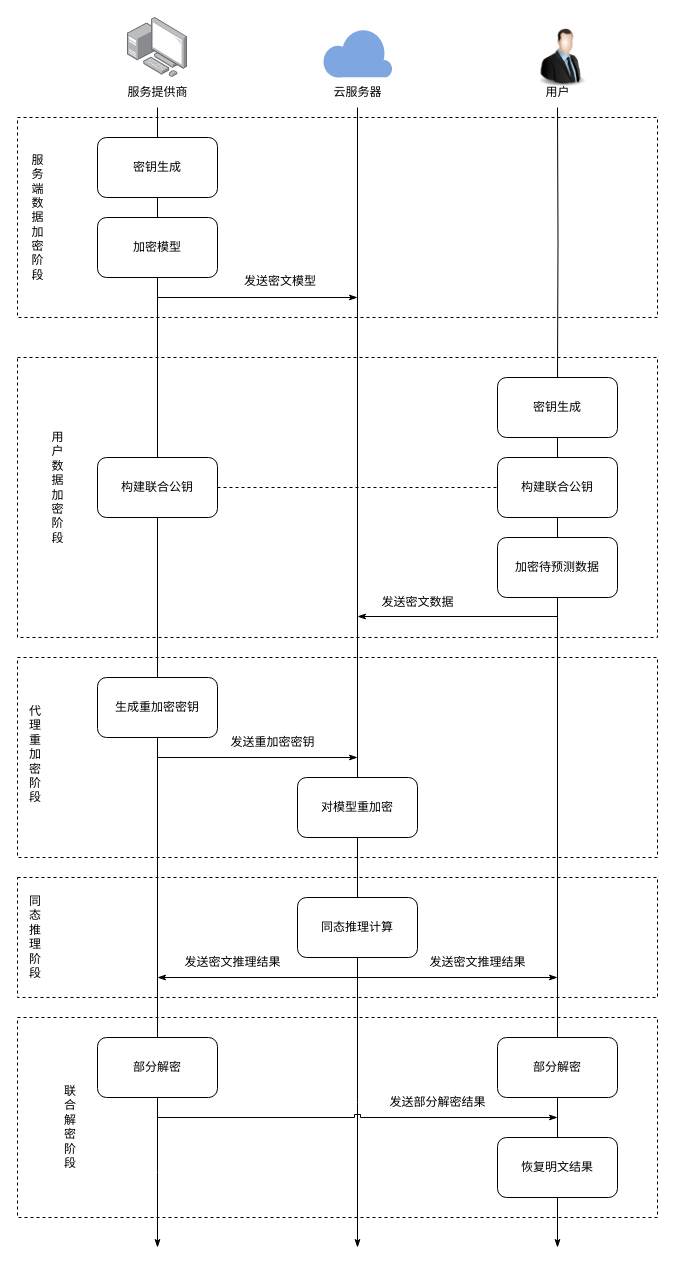
mokatto/drawio keeps this draw.io diagram as figures/方案流程图.drawio. Above is the earlier version. Source tidied: cells renumbered, new cells numbered last; positions are measured from the earlier drawing's top-left corner, leaving out a move shared by most shapes. Both pictures are drawn from the tidied source at 100%, with x=0, y=0 at pixel (17, 17).
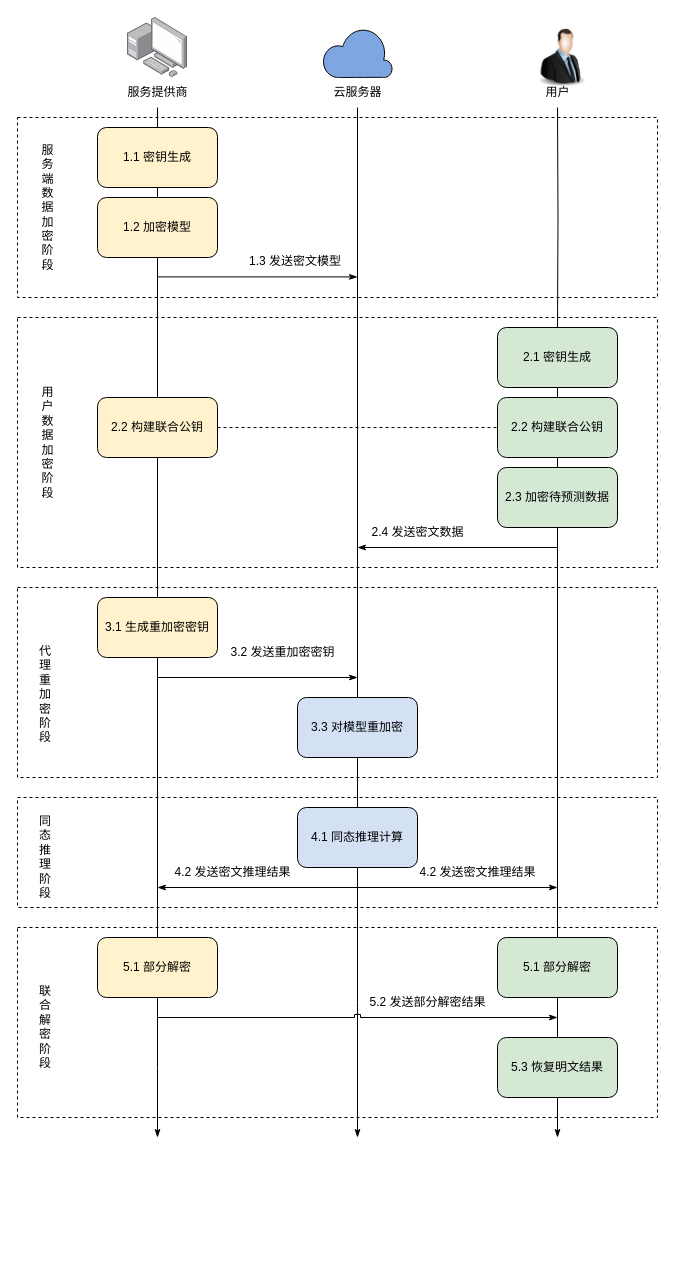
The same diagram, later.

Commit message (it also covers changes not shown here):
更新方案流程图.drawio

The change refers to these unchanged cells:
```xml
<mxCell id="11" value="服务提供商" style="text;html=1;align=center;verticalAlign=middle;points=[];strokeColor=none;fillColor=none;" parent="1" vertex="1">
  <mxGeometry x="100" y="60" width="80" height="30" as="geometry" />
</mxCell>
```

Diff of the diagram source:
```diff
@@
     <mxCell id="2" style="rounded=0;whiteSpace=wrap;html=1;dashed=1;fillColor=none;" parent="1" vertex="1">
-      <mxGeometry y="340" width="640" height="280" as="geometry" />
+      <mxGeometry y="300" width="640" height="250" as="geometry" />
     </mxCell>
     <mxCell id="3" style="rounded=0;whiteSpace=wrap;html=1;dashed=1;fillColor=none;" parent="1" vertex="1">
-      <mxGeometry y="100" width="640" height="200" as="geometry" />
+      <mxGeometry y="100" width="640" height="180" as="geometry" />
     </mxCell>
     <mxCell id="4" style="rounded=0;whiteSpace=wrap;html=1;dashed=1;fillColor=none;" parent="1" vertex="1">
-      <mxGeometry y="1000" width="640" height="200" as="geometry" />
+      <mxGeometry y="910" width="640" height="190" as="geometry" />
     </mxCell>
     <mxCell id="5" style="rounded=0;whiteSpace=wrap;html=1;dashed=1;fillColor=none;" parent="1" vertex="1">
-      <mxGeometry y="860" width="640" height="120" as="geometry" />
+      <mxGeometry y="780" width="640" height="110" as="geometry" />
     </mxCell>
     <mxCell id="6" style="rounded=0;whiteSpace=wrap;html=1;dashed=1;fillColor=none;" parent="1" vertex="1">
-      <mxGeometry y="640" width="640" height="200" as="geometry" />
+      <mxGeometry y="570" width="640" height="190" as="geometry" />
     </mxCell>
@@
-    <mxCell id="10" style="edgeStyle=orthogonalEdgeStyle;rounded=0;jettySize=auto;html=1;endArrow=none;endFill=0;" parent="1" edge="1" source="11" target="24">
+    <mxCell id="10" style="rounded=0;jettySize=auto;html=1;endArrow=none;endFill=0;" parent="1" edge="1" source="11" target="24">
       <mxGeometry relative="1" as="geometry" />
     </mxCell>
@@
-    <mxCell id="12" style="verticalLabelPosition=bottom;html=1;verticalAlign=top;align=center;strokeColor=none;fillColor=#7EA6E0;shape=mxgraph.azure.cloud;" parent="1" vertex="1">
+    <mxCell id="12" style="verticalLabelPosition=bottom;html=1;verticalAlign=top;align=center;shape=mxgraph.azure.cloud;fillColor=#7EA6E0;" parent="1" vertex="1">
       <mxGeometry x="305" y="10" width="70" height="50" as="geometry" />
     </mxCell>
-    <mxCell id="13" value="发送密文数据" style="text;html=1;align=center;verticalAlign=middle;strokeColor=none;fillColor=none;" parent="1" vertex="1">
-      <mxGeometry x="350" y="570" width="100" height="30" as="geometry" />
+    <mxCell id="13" value="2.4 发送密文数据" style="text;html=1;align=center;verticalAlign=middle;strokeColor=none;fillColor=none;" parent="1" vertex="1">
+      <mxGeometry x="340" y="500" width="120" height="30" as="geometry" />
     </mxCell>
-    <mxCell id="14" value="发送重加密密钥" style="text;html=1;align=center;verticalAlign=middle;strokeColor=none;fillColor=none;" parent="1" vertex="1">
-      <mxGeometry x="200" y="710" width="110" height="30" as="geometry" />
+    <mxCell id="14" value="3.2 发送重加密密钥" style="text;html=1;align=center;verticalAlign=middle;strokeColor=none;fillColor=none;" parent="1" vertex="1">
+      <mxGeometry x="200" y="620" width="130" height="30" as="geometry" />
     </mxCell>
-    <mxCell id="15" value="发送密文推理结果" style="text;html=1;align=center;verticalAlign=middle;strokeColor=none;fillColor=none;" parent="1" vertex="1">
-      <mxGeometry x="155" y="930" width="120" height="30" as="geometry" />
+    <mxCell id="15" value="4.2 发送密文推理结果" style="text;html=1;align=center;verticalAlign=middle;strokeColor=none;fillColor=none;" parent="1" vertex="1">
+      <mxGeometry x="145" y="840" width="140" height="30" as="geometry" />
     </mxCell>
-    <mxCell id="16" value="发送密文推理结果" style="text;html=1;align=center;verticalAlign=middle;strokeColor=none;fillColor=none;" parent="1" vertex="1">
-      <mxGeometry x="400" y="930" width="120" height="30" as="geometry" />
+    <mxCell id="16" value="4.2 发送密文推理结果" style="text;html=1;align=center;verticalAlign=middle;strokeColor=none;fillColor=none;" parent="1" vertex="1">
+      <mxGeometry x="390" y="840" width="140" height="30" as="geometry" />
     </mxCell>
-    <mxCell id="17" value="发送部分解密结果" style="text;html=1;align=center;verticalAlign=middle;strokeColor=none;fillColor=none;" parent="1" vertex="1">
-      <mxGeometry x="360" y="1070" width="120" height="30" as="geometry" />
+    <mxCell id="17" value="5.2 发送部分解密结果" style="text;html=1;align=center;verticalAlign=middle;strokeColor=none;fillColor=none;" parent="1" vertex="1">
+      <mxGeometry x="340" y="970" width="140" height="30" as="geometry" />
     </mxCell>
     <mxCell id="18" value="服&lt;br&gt;务&lt;br&gt;端&lt;br&gt;数&lt;br&gt;据&lt;br&gt;加&lt;br&gt;密&lt;br&gt;阶&lt;br&gt;段" style="text;html=1;align=center;verticalAlign=middle;strokeColor=none;fillColor=none;" parent="1" vertex="1">
-      <mxGeometry y="130" width="40" height="140" as="geometry" />
+      <mxGeometry x="10" y="120" width="40" height="140" as="geometry" />
     </mxCell>
     <mxCell id="19" value="用&lt;br&gt;户&lt;br&gt;数&lt;br&gt;据&lt;br&gt;加&lt;br&gt;密&lt;br&gt;阶&lt;br&gt;段" style="text;html=1;align=center;verticalAlign=middle;strokeColor=none;fillColor=none;" parent="1" vertex="1">
-      <mxGeometry x="20" y="405" width="40" height="130" as="geometry" />
+      <mxGeometry x="10" y="360" width="40" height="130" as="geometry" />
     </mxCell>
     <mxCell id="20" value="&lt;span style=&quot;color: rgb(0, 0, 0); font-family: Helvetica; font-size: 12px; font-style: normal; font-variant-ligatures: normal; font-variant-caps: normal; font-weight: 400; letter-spacing: normal; orphans: 2; text-align: center; text-indent: 0px; text-transform: none; widows: 2; word-spacing: 0px; -webkit-text-stroke-width: 0px; background-color: rgb(255, 255, 255); text-decoration-thickness: initial; text-decoration-style: initial; text-decoration-color: initial; float: none; display: inline !important;&quot;&gt;代&lt;/span&gt;&lt;br style=&quot;border-color: var(--border-color); color: rgb(0, 0, 0); font-family: Helvetica; font-size: 12px; font-style: normal; font-variant-ligatures: normal; font-variant-caps: normal; font-weight: 400; letter-spacing: normal; orphans: 2; text-align: center; text-indent: 0px; text-transform: none; widows: 2; word-spacing: 0px; -webkit-text-stroke-width: 0px; background-color: rgb(255, 255, 255); text-decoration-thickness: initial; text-decoration-style: initial; text-decoration-color: initial;&quot;&gt;&lt;span style=&quot;color: rgb(0, 0, 0); font-family: Helvetica; font-size: 12px; font-style: normal; font-variant-ligatures: normal; font-variant-caps: normal; font-weight: 400; letter-spacing: normal; orphans: 2; text-align: center; text-indent: 0px; text-transform: none; widows: 2; word-spacing: 0px; -webkit-text-stroke-width: 0px; background-color: rgb(255, 255, 255); text-decoration-thickness: initial; text-decoration-style: initial; text-decoration-color: initial; float: none; display: inline !important;&quot;&gt;理&lt;/span&gt;&lt;br style=&quot;border-color: var(--border-color); color: rgb(0, 0, 0); font-family: Helvetica; font-size: 12px; font-style: normal; font-variant-ligatures: normal; font-variant-caps: normal; font-weight: 400; letter-spacing: normal; orphans: 2; text-align: center; text-indent: 0px; text-transform: none; widows: 2; word-spacing: 0px; -webkit-text-stroke-width: 0px; background-color: rgb(255, 255, 255); text-decoration-thickness: initial; text-decoration-style: initial; text-decoration-color: initial;&quot;&gt;&lt;span style=&quot;color: rgb(0, 0, 0); font-family: Helvetica; font-size: 12px; font-style: normal; font-variant-ligatures: normal; font-variant-caps: normal; font-weight: 400; letter-spacing: normal; orphans: 2; text-align: center; text-indent: 0px; text-transform: none; widows: 2; word-spacing: 0px; -webkit-text-stroke-width: 0px; background-color: rgb(255, 255, 255); text-decoration-thickness: initial; text-decoration-style: initial; text-decoration-color: initial; float: none; display: inline !important;&quot;&gt;重&lt;/span&gt;&lt;br style=&quot;border-color: var(--border-color); color: rgb(0, 0, 0); font-family: Helvetica; font-size: 12px; font-style: normal; font-variant-ligatures: normal; font-variant-caps: normal; font-weight: 400; letter-spacing: normal; orphans: 2; text-align: center; text-indent: 0px; text-transform: none; widows: 2; word-spacing: 0px; -webkit-text-stroke-width: 0px; background-color: rgb(255, 255, 255); text-decoration-thickness: initial; text-decoration-style: initial; text-decoration-color: initial;&quot;&gt;&lt;span style=&quot;color: rgb(0, 0, 0); font-family: Helvetica; font-size: 12px; font-style: normal; font-variant-ligatures: normal; font-variant-caps: normal; font-weight: 400; letter-spacing: normal; orphans: 2; text-align: center; text-indent: 0px; text-transform: none; widows: 2; word-spacing: 0px; -webkit-text-stroke-width: 0px; background-color: rgb(255, 255, 255); text-decoration-thickness: initial; text-decoration-style: initial; text-decoration-color: initial; float: none; display: inline !important;&quot;&gt;加&lt;/span&gt;&lt;br style=&quot;border-color: var(--border-color); color: rgb(0, 0, 0); font-family: Helvetica; font-size: 12px; font-style: normal; font-variant-ligatures: normal; font-variant-caps: normal; font-weight: 400; letter-spacing: normal; orphans: 2; text-align: center; text-indent: 0px; text-transform: none; widows: 2; word-spacing: 0px; -webkit-text-stroke-width: 0px; background-color: rgb(255, 255, 255); text-decoration-thickness: initial; text-decoration-style: initial; text-decoration-color: initial;&quot;&gt;&lt;span style=&quot;color: rgb(0, 0, 0); font-family: Helvetica; font-size: 12px; font-style: normal; font-variant-ligatures: normal; font-variant-caps: normal; font-weight: 400; letter-spacing: normal; orphans: 2; text-align: center; text-indent: 0px; text-transform: none; widows: 2; word-spacing: 0px; -webkit-text-stroke-width: 0px; background-color: rgb(255, 255, 255); text-decoration-thickness: initial; text-decoration-style: initial; text-decoration-color: initial; float: none; display: inline !important;&quot;&gt;密&lt;/span&gt;&lt;br style=&quot;border-color: var(--border-color); color: rgb(0, 0, 0); font-family: Helvetica; font-size: 12px; font-style: normal; font-variant-ligatures: normal; font-variant-caps: normal; font-weight: 400; letter-spacing: normal; orphans: 2; text-align: center; text-indent: 0px; text-transform: none; widows: 2; word-spacing: 0px; -webkit-text-stroke-width: 0px; background-color: rgb(255, 255, 255); text-decoration-thickness: initial; text-decoration-style: initial; text-decoration-color: initial;&quot;&gt;&lt;span style=&quot;color: rgb(0, 0, 0); font-family: Helvetica; font-size: 12px; font-style: normal; font-variant-ligatures: normal; font-variant-caps: normal; font-weight: 400; letter-spacing: normal; orphans: 2; text-align: center; text-indent: 0px; text-transform: none; widows: 2; word-spacing: 0px; -webkit-text-stroke-width: 0px; background-color: rgb(255, 255, 255); text-decoration-thickness: initial; text-decoration-style: initial; text-decoration-color: initial; float: none; display: inline !important;&quot;&gt;阶&lt;/span&gt;&lt;br style=&quot;border-color: var(--border-color); color: rgb(0, 0, 0); font-family: Helvetica; font-size: 12px; font-style: normal; font-variant-ligatures: normal; font-variant-caps: normal; font-weight: 400; letter-spacing: normal; orphans: 2; text-align: center; text-indent: 0px; text-transform: none; widows: 2; word-spacing: 0px; -webkit-text-stroke-width: 0px; background-color: rgb(255, 255, 255); text-decoration-thickness: initial; text-decoration-style: initial; text-decoration-color: initial;&quot;&gt;&lt;span style=&quot;color: rgb(0, 0, 0); font-family: Helvetica; font-size: 12px; font-style: normal; font-variant-ligatures: normal; font-variant-caps: normal; font-weight: 400; letter-spacing: normal; orphans: 2; text-align: center; text-indent: 0px; text-transform: none; widows: 2; word-spacing: 0px; -webkit-text-stroke-width: 0px; background-color: rgb(255, 255, 255); text-decoration-thickness: initial; text-decoration-style: initial; text-decoration-color: initial; float: none; display: inline !important;&quot;&gt;段&lt;/span&gt;" style="text;whiteSpace=wrap;html=1;" parent="1" vertex="1">
-      <mxGeometry x="10" y="680" width="50" height="120" as="geometry" />
+      <mxGeometry x="20" y="620" width="50" height="120" as="geometry" />
     </mxCell>
     <mxCell id="21" value="&lt;div style=&quot;text-align: center;&quot;&gt;&lt;span style=&quot;background-color: initial;&quot;&gt;同&lt;/span&gt;&lt;/div&gt;&lt;div style=&quot;text-align: center;&quot;&gt;&lt;span style=&quot;background-color: initial;&quot;&gt;态&lt;/span&gt;&lt;/div&gt;&lt;div style=&quot;text-align: center;&quot;&gt;&lt;span style=&quot;background-color: initial;&quot;&gt;推&lt;/span&gt;&lt;/div&gt;&lt;div style=&quot;text-align: center;&quot;&gt;&lt;span style=&quot;background-color: initial;&quot;&gt;理&lt;/span&gt;&lt;/div&gt;&lt;div style=&quot;text-align: center;&quot;&gt;&lt;span style=&quot;background-color: initial;&quot;&gt;阶&lt;/span&gt;&lt;/div&gt;&lt;div style=&quot;text-align: center;&quot;&gt;&lt;span style=&quot;background-color: initial;&quot;&gt;段&lt;/span&gt;&lt;/div&gt;" style="text;whiteSpace=wrap;html=1;" parent="1" vertex="1">
-      <mxGeometry x="10" y="870" width="50" height="120" as="geometry" />
+      <mxGeometry x="20" y="790" width="50" height="120" as="geometry" />
     </mxCell>
     <mxCell id="22" value="&lt;div style=&quot;text-align: center;&quot;&gt;联&lt;/div&gt;&lt;div style=&quot;text-align: center;&quot;&gt;合&lt;/div&gt;&lt;div style=&quot;text-align: center;&quot;&gt;解&lt;/div&gt;&lt;div style=&quot;text-align: center;&quot;&gt;密&lt;/div&gt;&lt;div style=&quot;text-align: center;&quot;&gt;阶&lt;/div&gt;&lt;div style=&quot;text-align: center;&quot;&gt;段&lt;/div&gt;" style="text;whiteSpace=wrap;html=1;" parent="1" vertex="1">
-      <mxGeometry x="45" y="1060" width="50" height="120" as="geometry" />
+      <mxGeometry x="20" y="960" width="50" height="120" as="geometry" />
     </mxCell>
@@
-    <mxCell id="24" value="密钥生成" style="rounded=1;whiteSpace=wrap;html=1;" parent="1" vertex="1">
-      <mxGeometry x="80" y="120" width="120" height="60" as="geometry" />
+    <mxCell id="24" value="1.1 密钥生成" style="rounded=1;whiteSpace=wrap;html=1;fillColor=#FFF2CC;" parent="1" vertex="1">
+      <mxGeometry x="80" y="110" width="120" height="60" as="geometry" />
     </mxCell>
@@
-    <mxCell id="26" value="加密模型" style="rounded=1;whiteSpace=wrap;html=1;" parent="1" vertex="1">
-      <mxGeometry x="80" y="200" width="120" height="60" as="geometry" />
+    <mxCell id="26" value="1.2 加密模型" style="rounded=1;whiteSpace=wrap;html=1;fillColor=#FFF2CC;" parent="1" vertex="1">
+      <mxGeometry x="80" y="180" width="120" height="60" as="geometry" />
     </mxCell>
-    <mxCell id="27" value="&lt;span style=&quot;color: rgb(0, 0, 0); font-family: Helvetica; font-size: 12px; font-style: normal; font-variant-ligatures: normal; font-variant-caps: normal; font-weight: 400; letter-spacing: normal; orphans: 2; text-align: center; text-indent: 0px; text-transform: none; widows: 2; word-spacing: 0px; -webkit-text-stroke-width: 0px; background-color: rgb(255, 255, 255); text-decoration-thickness: initial; text-decoration-style: initial; text-decoration-color: initial; float: none; display: inline !important;&quot;&gt;发送密文模型&lt;/span&gt;" style="text;whiteSpace=wrap;html=1;" parent="1" vertex="1">
-      <mxGeometry x="225" y="250" width="110" height="40" as="geometry" />
+    <mxCell id="27" value="&lt;span style=&quot;color: rgb(0, 0, 0); font-family: Helvetica; font-size: 12px; font-style: normal; font-variant-ligatures: normal; font-variant-caps: normal; font-weight: 400; letter-spacing: normal; orphans: 2; text-align: center; text-indent: 0px; text-transform: none; widows: 2; word-spacing: 0px; -webkit-text-stroke-width: 0px; background-color: rgb(255, 255, 255); text-decoration-thickness: initial; text-decoration-style: initial; text-decoration-color: initial; float: none; display: inline !important;&quot;&gt;1.3 发送密文模型&lt;/span&gt;" style="text;whiteSpace=wrap;html=1;" parent="1" vertex="1">
+      <mxGeometry x="230" y="230" width="110" height="40" as="geometry" />
     </mxCell>
@@
-    <mxCell id="30" value="构建联合公钥" style="rounded=1;whiteSpace=wrap;html=1;" parent="1" vertex="1">
-      <mxGeometry x="80" y="440" width="120" height="60" as="geometry" />
+    <mxCell id="30" value="2.2 构建联合公钥" style="rounded=1;whiteSpace=wrap;html=1;fillColor=#FFF2CC;" parent="1" vertex="1">
+      <mxGeometry x="80" y="380" width="120" height="60" as="geometry" />
     </mxCell>
@@
-    <mxCell id="32" value="生成重加密密钥" style="rounded=1;whiteSpace=wrap;html=1;" parent="1" vertex="1">
-      <mxGeometry x="80" y="660" width="120" height="60" as="geometry" />
+    <mxCell id="32" value="3.1 生成重加密密钥" style="rounded=1;whiteSpace=wrap;html=1;fillColor=#FFF2CC;" parent="1" vertex="1">
+      <mxGeometry x="80" y="580" width="120" height="60" as="geometry" />
     </mxCell>
     <mxCell id="33" style="edgeStyle=orthogonalEdgeStyle;rounded=0;jettySize=auto;html=1;exitX=0.5;exitY=1;exitDx=0;exitDy=0;endArrow=classicThin;endFill=1;" parent="1" edge="1" source="34">
       <mxGeometry relative="1" as="geometry">
-        <mxPoint x="140" y="1230" as="targetPoint" />
+        <mxPoint x="140" y="1120" as="targetPoint" />
       </mxGeometry>
     </mxCell>
-    <mxCell id="34" value="部分解密" style="rounded=1;whiteSpace=wrap;html=1;" parent="1" vertex="1">
-      <mxGeometry x="80" y="1020" width="120" height="60" as="geometry" />
+    <mxCell id="34" value="5.1 部分解密" style="rounded=1;whiteSpace=wrap;html=1;fillColor=#FFF2CC;" parent="1" vertex="1">
+      <mxGeometry x="80" y="920" width="120" height="60" as="geometry" />
     </mxCell>
@@
-    <mxCell id="36" value="密钥生成" style="rounded=1;whiteSpace=wrap;html=1;" parent="1" vertex="1">
-      <mxGeometry x="480" y="360" width="120" height="60" as="geometry" />
+    <mxCell id="36" value="2.1 密钥生成" style="rounded=1;whiteSpace=wrap;html=1;fillColor=#D5E8D4;" parent="1" vertex="1">
+      <mxGeometry x="480" y="310" width="120" height="60" as="geometry" />
     </mxCell>
@@
-    <mxCell id="38" value="构建联合公钥" style="rounded=1;whiteSpace=wrap;html=1;" parent="1" vertex="1">
-      <mxGeometry x="480" y="440" width="120" height="60" as="geometry" />
+    <mxCell id="38" value="2.2 构建联合公钥" style="rounded=1;whiteSpace=wrap;html=1;fillColor=#D5E8D4;" parent="1" vertex="1">
+      <mxGeometry x="480" y="380" width="120" height="60" as="geometry" />
     </mxCell>
@@
-    <mxCell id="40" value="加密待预测数据" style="rounded=1;whiteSpace=wrap;html=1;" parent="1" vertex="1">
-      <mxGeometry x="480" y="520" width="120" height="60" as="geometry" />
+    <mxCell id="40" value="2.3 加密待预测数据" style="rounded=1;whiteSpace=wrap;html=1;fillColor=#D5E8D4;" parent="1" vertex="1">
+      <mxGeometry x="480" y="450" width="120" height="60" as="geometry" />
     </mxCell>
@@
-    <mxCell id="43" value="对模型重加密" style="rounded=1;whiteSpace=wrap;html=1;" parent="1" vertex="1">
-      <mxGeometry x="280" y="760" width="120" height="60" as="geometry" />
+    <mxCell id="43" value="3.3 对模型重加密" style="rounded=1;whiteSpace=wrap;html=1;fillColor=#D4E1F5;" parent="1" vertex="1">
+      <mxGeometry x="280" y="680" width="120" height="60" as="geometry" />
     </mxCell>
     <mxCell id="44" style="edgeStyle=orthogonalEdgeStyle;rounded=0;jettySize=auto;html=1;exitX=0.5;exitY=1;exitDx=0;exitDy=0;endArrow=classicThin;endFill=1;" parent="1" edge="1" source="45">
       <mxGeometry relative="1" as="geometry">
-        <mxPoint x="340" y="1230" as="targetPoint" />
+        <mxPoint x="340" y="1120" as="targetPoint" />
       </mxGeometry>
     </mxCell>
-    <mxCell id="45" value="同态推理计算" style="rounded=1;whiteSpace=wrap;html=1;" parent="1" vertex="1">
-      <mxGeometry x="280" y="880" width="120" height="60" as="geometry" />
+    <mxCell id="45" value="4.1 同态推理计算" style="rounded=1;whiteSpace=wrap;html=1;fillColor=#D4E1F5;" parent="1" vertex="1">
+      <mxGeometry x="280" y="790" width="120" height="60" as="geometry" />
     </mxCell>
@@
-    <mxCell id="47" value="部分解密" style="rounded=1;whiteSpace=wrap;html=1;" parent="1" vertex="1">
-      <mxGeometry x="480" y="1020" width="120" height="60" as="geometry" />
+    <mxCell id="47" value="5.1 部分解密" style="rounded=1;whiteSpace=wrap;html=1;fillColor=#D5E8D4;" parent="1" vertex="1">
+      <mxGeometry x="480" y="920" width="120" height="60" as="geometry" />
     </mxCell>
     <mxCell id="48" style="rounded=0;jettySize=auto;html=1;exitX=0.5;exitY=1;exitDx=0;exitDy=0;endArrow=classicThin;endFill=1;" parent="1" edge="1" source="49">
       <mxGeometry relative="1" as="geometry">
-        <mxPoint x="540" y="1230" as="targetPoint" />
+        <mxPoint x="540" y="1120" as="targetPoint" />
       </mxGeometry>
     </mxCell>
-    <mxCell id="49" value="恢复明文结果" style="rounded=1;whiteSpace=wrap;html=1;" parent="1" vertex="1">
-      <mxGeometry x="480" y="1120" width="120" height="60" as="geometry" />
+    <mxCell id="49" value="5.3 恢复明文结果" style="rounded=1;whiteSpace=wrap;html=1;fillColor=#D5E8D4;" parent="1" vertex="1">
+      <mxGeometry x="480" y="1020" width="120" height="60" as="geometry" />
     </mxCell>
@@
     <mxCell id="52" style="endArrow=classicThin;html=1;rounded=0;endFill=1;" parent="1" edge="1">
       <mxGeometry relative="1" as="geometry">
-        <mxPoint x="140" y="280" as="sourcePoint" />
-        <mxPoint x="340" y="280" as="targetPoint" />
+        <mxPoint x="140" y="259.4" as="sourcePoint" />
+        <mxPoint x="340" y="259.4" as="targetPoint" />
       </mxGeometry>
     </mxCell>
     <mxCell id="53" style="endArrow=classicThin;html=1;rounded=0;endFill=1;" parent="1" edge="1">
       <mxGeometry relative="1" as="geometry">
-        <mxPoint x="540" y="599" as="sourcePoint" />
-        <mxPoint x="340" y="599" as="targetPoint" />
+        <mxPoint x="540" y="530" as="sourcePoint" />
+        <mxPoint x="340" y="530" as="targetPoint" />
       </mxGeometry>
     </mxCell>
     <mxCell id="54" style="endArrow=classicThin;html=1;rounded=0;endFill=1;" parent="1" edge="1">
       <mxGeometry relative="1" as="geometry">
-        <mxPoint x="140" y="740" as="sourcePoint" />
-        <mxPoint x="340" y="740" as="targetPoint" />
+        <mxPoint x="140" y="660" as="sourcePoint" />
+        <mxPoint x="340" y="660" as="targetPoint" />
       </mxGeometry>
     </mxCell>
     <mxCell id="55" style="endArrow=classicThin;html=1;rounded=0;endFill=1;" parent="1" edge="1">
       <mxGeometry relative="1" as="geometry">
-        <mxPoint x="340" y="960" as="sourcePoint" />
-        <mxPoint x="540" y="960" as="targetPoint" />
+        <mxPoint x="340" y="870" as="sourcePoint" />
+        <mxPoint x="540" y="870" as="targetPoint" />
       </mxGeometry>
     </mxCell>
     <mxCell id="56" style="endArrow=classicThin;html=1;rounded=0;endFill=1;" parent="1" edge="1">
       <mxGeometry relative="1" as="geometry">
-        <mxPoint x="340" y="960" as="sourcePoint" />
-        <mxPoint x="140" y="960" as="targetPoint" />
+        <mxPoint x="340" y="870" as="sourcePoint" />
+        <mxPoint x="140" y="870" as="targetPoint" />
       </mxGeometry>
     </mxCell>
     <mxCell id="57" style="endArrow=classicThin;html=1;rounded=0;endFill=1;noJump=0;orthogonal=0;orthogonalLoop=0;jumpStyle=sharp;jumpSize=6;" parent="1" edge="1">
       <mxGeometry relative="1" as="geometry">
-        <mxPoint x="140" y="1100" as="sourcePoint" />
-        <mxPoint x="540" y="1100" as="targetPoint" />
+        <mxPoint x="140" y="1000" as="sourcePoint" />
+        <mxPoint x="540" y="1000" as="targetPoint" />
       </mxGeometry>
     </mxCell>
```
